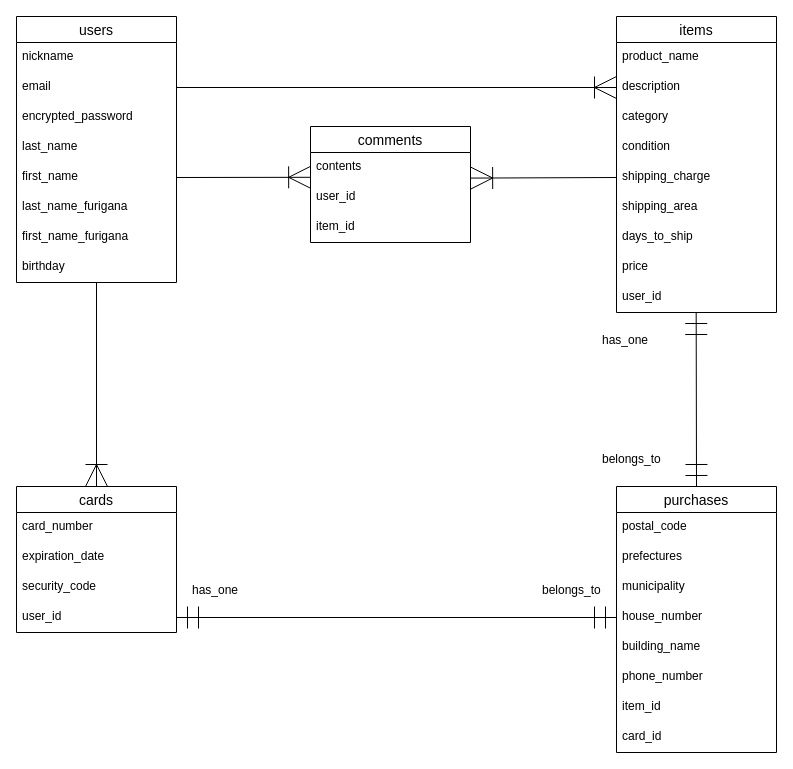
Above: furima-36182.dio in numatsumu/furima-36182 (draw.io), before the change. Source tidied: cells renumbered, new cells numbered last; positions are measured from the earlier drawing's top-left corner, leaving out a move shared by most shapes. Both pictures are drawn from the tidied source at 100%, with x=0, y=0 at pixel (16, 16).
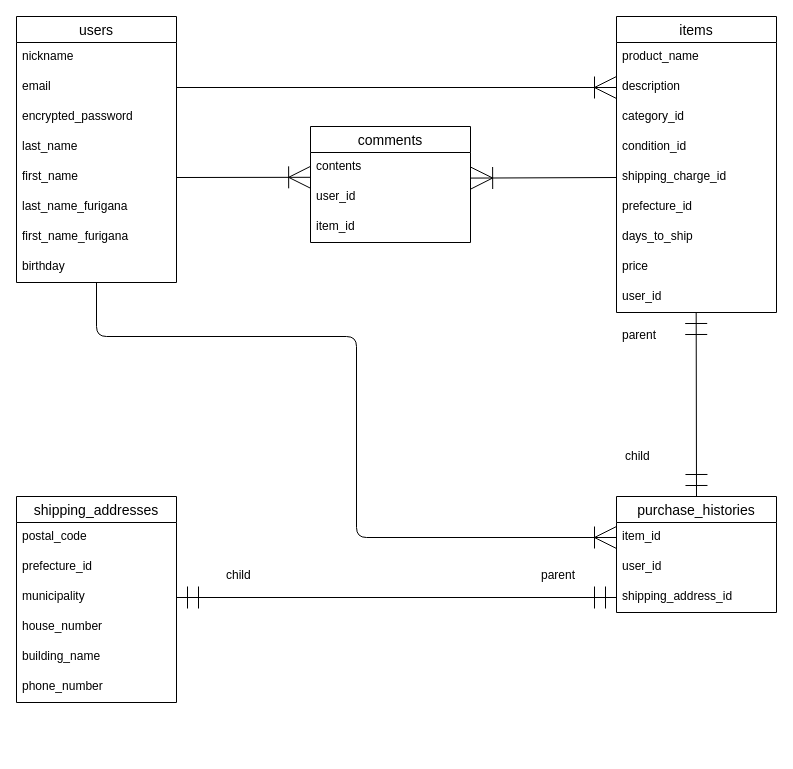
The same page after the edit.

Commit message (it also covers changes not shown here):
ER図とREADMEの修正

The change refers to these unchanged cells:
```xml
<mxCell id="10" value="birthday" style="text;strokeColor=none;fillColor=none;spacingLeft=4;spacingRight=4;overflow=hidden;points=[[0,0.5],[1,0.5]];portConstraint=eastwest;fontSize=12;" parent="2" vertex="1">
  <mxGeometry y="236" width="160" height="30" as="geometry" />
</mxCell>
<mxCell id="11" value="items" style="swimlane;fontStyle=0;horizontal=1;startSize=26;align=center;fontSize=14;" parent="1" vertex="1">
  <mxGeometry x="600" width="160" height="296" as="geometry" />
</mxCell>
<mxCell id="20" value="user_id" style="text;strokeColor=none;fillColor=none;spacingLeft=4;spacingRight=4;overflow=hidden;points=[[0,0.5],[1,0.5]];portConstraint=eastwest;fontSize=12;" parent="11" vertex="1">
  <mxGeometry y="266" width="160" height="30" as="geometry" />
</mxCell>
<mxCell id="33" value="municipality" style="text;strokeColor=none;fillColor=none;spacingLeft=4;spacingRight=4;overflow=hidden;points=[[0,0.5],[1,0.5]];portConstraint=eastwest;fontSize=12;" parent="30" vertex="1">
  <mxGeometry y="86" width="160" height="30" as="geometry" />
</mxCell>
<mxCell id="34" value="house_number" style="text;strokeColor=none;fillColor=none;spacingLeft=4;spacingRight=4;overflow=hidden;points=[[0,0.5],[1,0.5]];portConstraint=eastwest;fontSize=12;" parent="30" vertex="1">
  <mxGeometry y="116" width="160" height="30" as="geometry" />
</mxCell>
```

Diff of the diagram source:
```diff
@@
-    <mxCell id="14" value="category" style="text;strokeColor=none;fillColor=none;spacingLeft=4;spacingRight=4;overflow=hidden;fontSize=12;" parent="11" vertex="1">
+    <mxCell id="14" value="category_id" style="text;strokeColor=none;fillColor=none;spacingLeft=4;spacingRight=4;overflow=hidden;fontSize=12;" parent="11" vertex="1">
       <mxGeometry y="86" width="160" height="30" as="geometry" />
     </mxCell>
-    <mxCell id="15" value="condition" style="text;strokeColor=none;fillColor=none;spacingLeft=4;spacingRight=4;overflow=hidden;fontSize=12;" parent="11" vertex="1">
+    <mxCell id="15" value="condition_id" style="text;strokeColor=none;fillColor=none;spacingLeft=4;spacingRight=4;overflow=hidden;fontSize=12;" parent="11" vertex="1">
       <mxGeometry y="116" width="160" height="30" as="geometry" />
     </mxCell>
-    <mxCell id="16" value="shipping_charge" style="text;strokeColor=none;fillColor=none;spacingLeft=4;spacingRight=4;overflow=hidden;points=[[0,0.5],[1,0.5]];portConstraint=eastwest;fontSize=12;" parent="11" vertex="1">
+    <mxCell id="16" value="shipping_charge_id" style="text;strokeColor=none;fillColor=none;spacingLeft=4;spacingRight=4;overflow=hidden;points=[[0,0.5],[1,0.5]];portConstraint=eastwest;fontSize=12;" parent="11" vertex="1">
       <mxGeometry y="146" width="160" height="30" as="geometry" />
     </mxCell>
-    <mxCell id="17" value="shipping_area" style="text;strokeColor=none;fillColor=none;spacingLeft=4;spacingRight=4;overflow=hidden;fontSize=12;" parent="11" vertex="1">
+    <mxCell id="17" value="prefecture_id" style="text;strokeColor=none;fillColor=none;spacingLeft=4;spacingRight=4;overflow=hidden;fontSize=12;" parent="11" vertex="1">
       <mxGeometry y="176" width="160" height="30" as="geometry" />
     </mxCell>
@@
-    <mxCell id="25" value="cards" style="swimlane;fontStyle=0;horizontal=1;startSize=26;align=center;fontSize=14;" parent="1" vertex="1">
-      <mxGeometry y="470" width="160" height="146" as="geometry" />
-    </mxCell>
-    <mxCell id="26" value="card_number" style="text;strokeColor=none;fillColor=none;spacingLeft=4;spacingRight=4;overflow=hidden;fontSize=12;" parent="25" vertex="1">
-      <mxGeometry y="26" width="160" height="30" as="geometry" />
-    </mxCell>
-    <mxCell id="27" value="expiration_date" style="text;strokeColor=none;fillColor=none;spacingLeft=4;spacingRight=4;overflow=hidden;fontSize=12;" parent="25" vertex="1">
-      <mxGeometry y="56" width="160" height="30" as="geometry" />
-    </mxCell>
-    <mxCell id="28" value="security_code" style="text;strokeColor=none;fillColor=none;spacingLeft=4;spacingRight=4;overflow=hidden;fontSize=12;" parent="25" vertex="1">
-      <mxGeometry y="86" width="160" height="30" as="geometry" />
-    </mxCell>
-    <mxCell id="29" value="user_id" style="text;strokeColor=none;fillColor=none;spacingLeft=4;spacingRight=4;overflow=hidden;points=[[0,0.5],[1,0.5]];portConstraint=eastwest;fontSize=12;" parent="25" vertex="1">
-      <mxGeometry y="116" width="160" height="30" as="geometry" />
-    </mxCell>
-    <mxCell id="30" value="purchases" style="swimlane;fontStyle=0;horizontal=1;startSize=26;align=center;fontSize=14;" parent="1" vertex="1">
-      <mxGeometry x="600" y="470" width="160" height="266" as="geometry" />
+    <mxCell id="30" value="shipping_addresses" style="swimlane;fontStyle=0;horizontal=1;startSize=26;align=center;fontSize=14;" parent="1" vertex="1">
+      <mxGeometry y="480" width="160" height="206" as="geometry" />
     </mxCell>
@@
-    <mxCell id="32" value="prefectures" style="text;strokeColor=none;fillColor=none;spacingLeft=4;spacingRight=4;overflow=hidden;fontSize=12;" parent="30" vertex="1">
+    <mxCell id="32" value="prefecture_id" style="text;strokeColor=none;fillColor=none;spacingLeft=4;spacingRight=4;overflow=hidden;fontSize=12;" parent="30" vertex="1">
       <mxGeometry y="56" width="160" height="30" as="geometry" />
     </mxCell>
@@
-    <mxCell id="37" value="item_id" style="text;strokeColor=none;fillColor=none;spacingLeft=4;spacingRight=4;overflow=hidden;points=[[0,0.5],[1,0.5]];portConstraint=eastwest;fontSize=12;" parent="30" vertex="1">
-      <mxGeometry y="206" width="160" height="30" as="geometry" />
-    </mxCell>
-    <mxCell id="38" value="card_id" style="text;strokeColor=none;fillColor=none;spacingLeft=4;spacingRight=4;overflow=hidden;fontSize=12;" parent="30" vertex="1">
-      <mxGeometry y="236" width="160" height="30" as="geometry" />
-    </mxCell>
-    <mxCell id="39" style="fontSize=12;html=1;endArrow=ERmandOne;startArrow=ERmandOne;startSize=20;endSize=20;exitX=0.5;exitY=0;exitDx=0;exitDy=0;entryX=0.498;entryY=1;entryDx=0;entryDy=0;entryPerimeter=0;" parent="1" edge="1" source="30" target="20">
+    <mxCell id="39" style="fontSize=12;html=1;endArrow=ERmandOne;startArrow=ERmandOne;startSize=20;endSize=20;exitX=0.5;exitY=0;exitDx=0;exitDy=0;entryX=0.498;entryY=1;entryDx=0;entryDy=0;entryPerimeter=0;" parent="1" edge="1" source="49" target="20">
       <mxGeometry relative="1" as="geometry" />
     </mxCell>
@@
-    <mxCell id="41" style="fontSize=12;html=1;endArrow=ERmandOne;startArrow=ERmandOne;startSize=20;endSize=20;entryX=0;entryY=0.5;entryDx=0;entryDy=0;" parent="1" edge="1" source="29" target="34">
-      <mxGeometry relative="1" as="geometry" />
-    </mxCell>
@@
-    <mxCell id="44" value="belongs_to" style="text;strokeColor=none;fillColor=none;spacingLeft=4;spacingRight=4;overflow=hidden;fontSize=12;" parent="1" vertex="1">
-      <mxGeometry x="520" y="560" width="70" height="30" as="geometry" />
-    </mxCell>
-    <mxCell id="45" value="has_one" style="text;strokeColor=none;fillColor=none;spacingLeft=4;spacingRight=4;overflow=hidden;fontSize=12;" parent="1" vertex="1">
-      <mxGeometry x="170" y="560" width="70" height="30" as="geometry" />
-    </mxCell>
-    <mxCell id="46" value="has_one" style="text;strokeColor=none;fillColor=none;spacingLeft=4;spacingRight=4;overflow=hidden;fontSize=12;" parent="1" vertex="1">
-      <mxGeometry x="580" y="310" width="70" height="30" as="geometry" />
-    </mxCell>
-    <mxCell id="47" value="belongs_to" style="text;strokeColor=none;fillColor=none;spacingLeft=4;spacingRight=4;overflow=hidden;fontSize=12;" parent="1" vertex="1">
-      <mxGeometry x="580" y="429" width="70" height="30" as="geometry" />
-    </mxCell>
-    <mxCell id="48" style="fontSize=12;html=1;endArrow=ERoneToMany;entryX=0.5;entryY=0;entryDx=0;entryDy=0;endSize=20;startSize=20;" parent="1" edge="1" source="10" target="25">
-      <mxGeometry relative="1" as="geometry" />
+    <mxCell id="48" style="fontSize=12;html=1;endArrow=ERoneToMany;endSize=20;startSize=20;edgeStyle=orthogonalEdgeStyle;entryX=0;entryY=0.5;entryDx=0;entryDy=0;" parent="1" edge="1" source="10" target="37">
+      <mxGeometry relative="1" as="geometry">
+        <Array as="points">
+          <mxPoint x="80" y="320" />
+          <mxPoint x="340" y="320" />
+          <mxPoint x="340" y="521" />
+        </Array>
+      </mxGeometry>
     </mxCell>
+    <mxCell id="49" value="purchase_histories" style="swimlane;fontStyle=0;horizontal=1;startSize=26;align=center;fontSize=14;" parent="1" vertex="1">
+      <mxGeometry x="600" y="480" width="160" height="116" as="geometry" />
+    </mxCell>
+    <mxCell id="37" value="item_id" style="text;strokeColor=none;fillColor=none;spacingLeft=4;spacingRight=4;overflow=hidden;points=[[0,0.5],[1,0.5]];portConstraint=eastwest;fontSize=12;" parent="49" vertex="1">
+      <mxGeometry y="26" width="160" height="30" as="geometry" />
+    </mxCell>
+    <mxCell id="29" value="user_id" style="text;strokeColor=none;fillColor=none;spacingLeft=4;spacingRight=4;overflow=hidden;points=[[0,0.5],[1,0.5]];portConstraint=eastwest;fontSize=12;" parent="49" vertex="1">
+      <mxGeometry y="56" width="160" height="30" as="geometry" />
+    </mxCell>
+    <mxCell id="50" value="shipping_address_id" style="text;strokeColor=none;fillColor=none;spacingLeft=4;spacingRight=4;overflow=hidden;points=[[0,0.5],[1,0.5]];portConstraint=eastwest;fontSize=12;" parent="49" vertex="1">
+      <mxGeometry y="86" width="160" height="30" as="geometry" />
+    </mxCell>
+    <mxCell id="51" style="fontSize=12;html=1;endArrow=ERmandOne;startArrow=ERmandOne;entryX=0;entryY=0.5;entryDx=0;entryDy=0;exitX=1;exitY=0.5;exitDx=0;exitDy=0;endSize=20;startSize=20;" parent="1" edge="1" source="33" target="50">
+      <mxGeometry relative="1" as="geometry" />
+    </mxCell>
+    <mxCell id="52" value="parent" style="text;strokeColor=none;fillColor=none;spacingLeft=4;spacingRight=4;overflow=hidden;fontSize=12;" parent="1" vertex="1">
+      <mxGeometry x="519" y="545" width="50" height="30" as="geometry" />
+    </mxCell>
+    <mxCell id="53" value="child" style="text;strokeColor=none;fillColor=none;spacingLeft=4;spacingRight=4;overflow=hidden;fontSize=12;" parent="1" vertex="1">
+      <mxGeometry x="204" y="545" width="40" height="30" as="geometry" />
+    </mxCell>
+    <mxCell id="54" value="parent" style="text;strokeColor=none;fillColor=none;spacingLeft=4;spacingRight=4;overflow=hidden;fontSize=12;" parent="1" vertex="1">
+      <mxGeometry x="600" y="305" width="50" height="30" as="geometry" />
+    </mxCell>
+    <mxCell id="55" value="child" style="text;strokeColor=none;fillColor=none;spacingLeft=4;spacingRight=4;overflow=hidden;fontSize=12;" parent="1" vertex="1">
+      <mxGeometry x="603" y="426" width="40" height="30" as="geometry" />
+    </mxCell>
```
